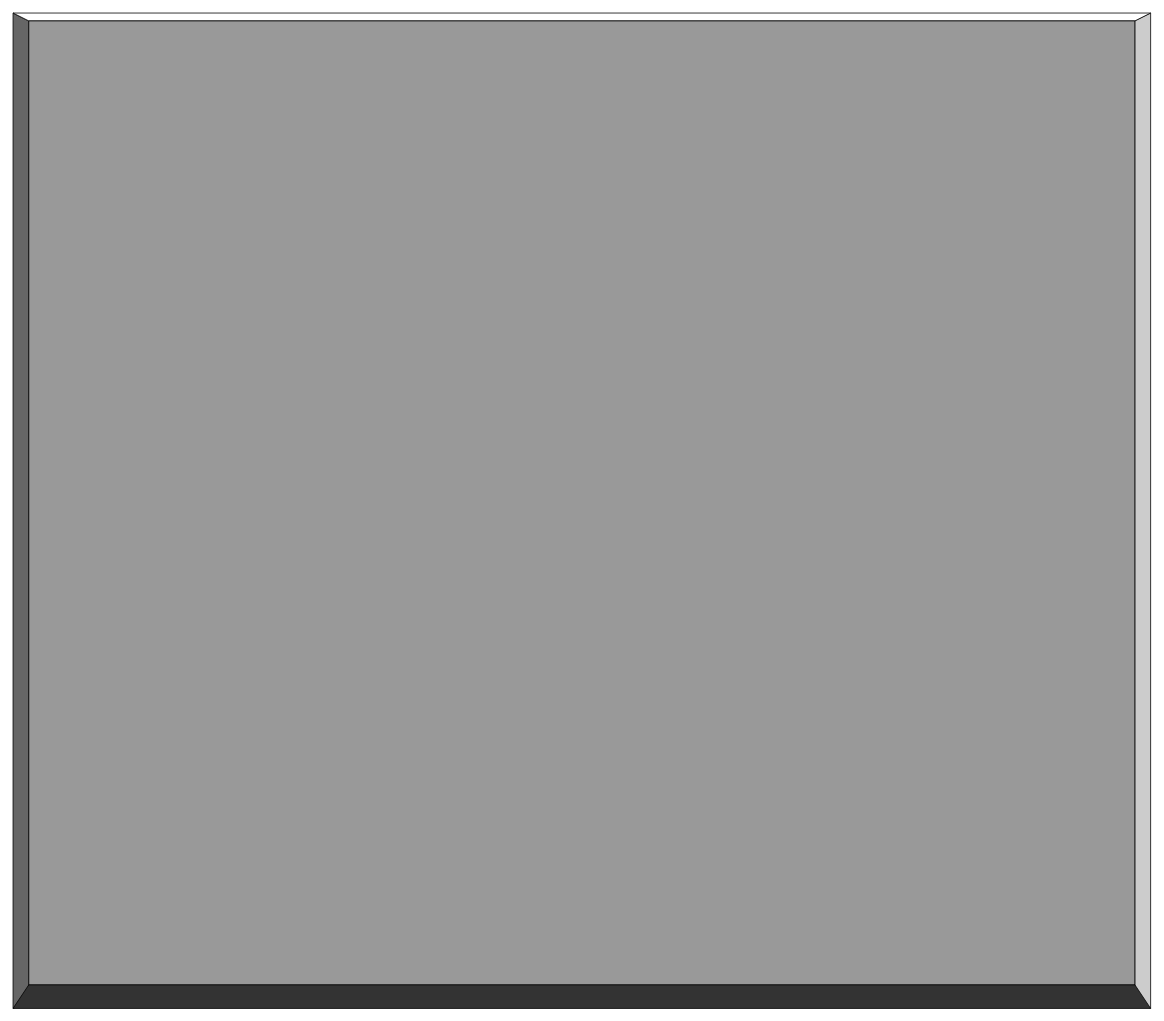
TrentHawkins/goochess keeps this draw.io diagram as graphics/board/bevel.drawio. Above is the earlier version. Source tidied: cells renumbered, new cells numbered last; positions are measured from the earlier drawing's top-left corner, leaving out a move shared by most shapes. Both pictures are drawn from the tidied source at 79%, with x=0, y=0 at pixel (-477, 13).
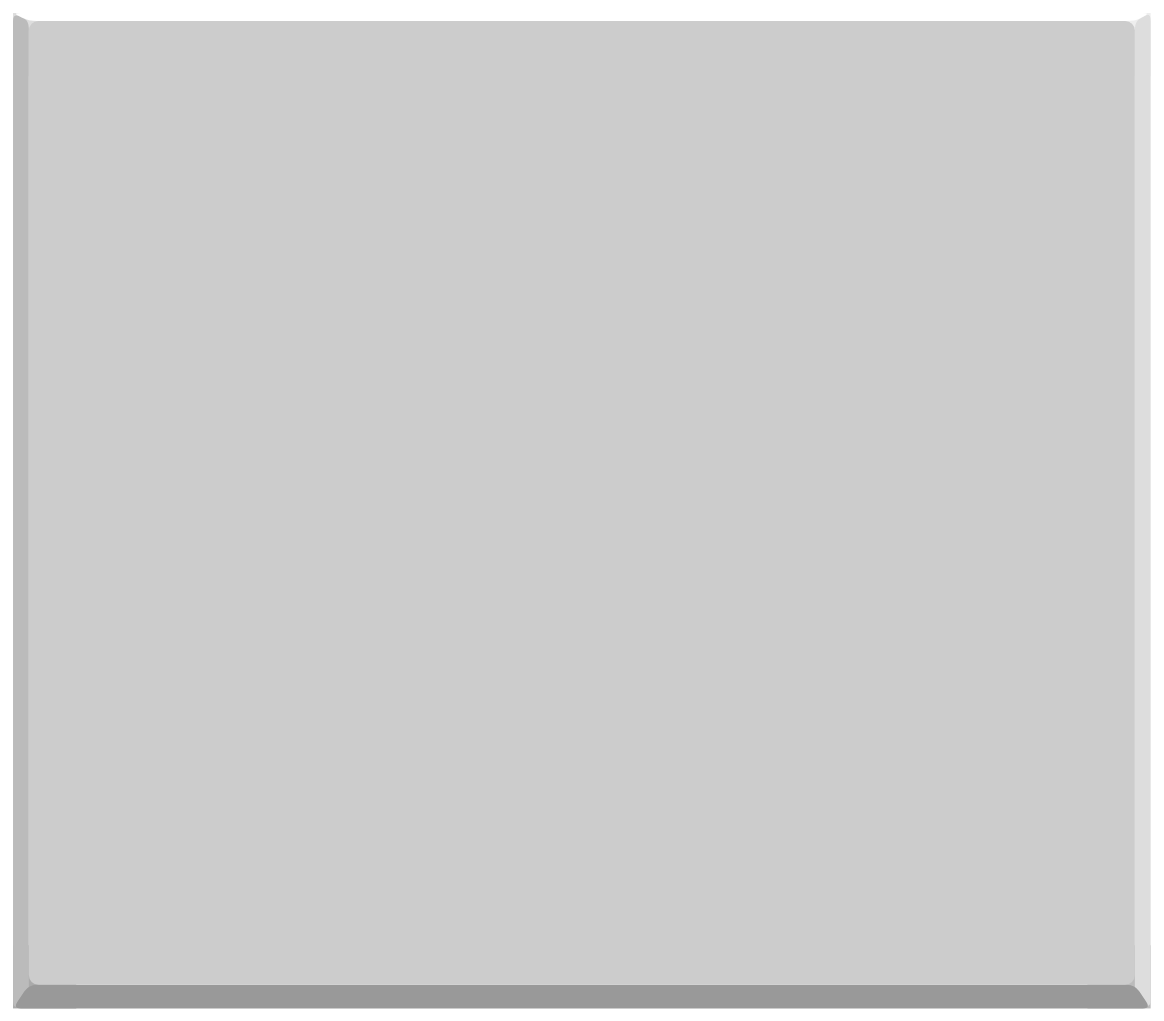
Above is the later version.

Diff of the diagram source:
```diff
@@
 <mxGraphModel>
   <root>
     <mxCell id="0" />
     <mxCell id="1" parent="0" />
+    <mxCell id="7" style="whiteSpace=wrap;html=1;fillColor=#BBBBBB;strokeColor=none;" parent="1" vertex="1">
+      <mxGeometry x="1980" y="1180" width="80" height="80" as="geometry" />
+    </mxCell>
+    <mxCell id="8" style="whiteSpace=wrap;html=1;fillColor=#EEEEEE;strokeColor=none;" parent="1" vertex="1">
+      <mxGeometry x="1980" width="80" height="80" as="geometry" />
+    </mxCell>
+    <mxCell id="9" style="whiteSpace=wrap;html=1;fillColor=#DDDDDD;strokeColor=none;" parent="1" vertex="1">
+      <mxGeometry x="620" width="80" height="80" as="geometry" />
+    </mxCell>
+    <mxCell id="10" style="whiteSpace=wrap;html=1;fillColor=#AAAAAA;strokeColor=none;" parent="1" vertex="1">
+      <mxGeometry x="620" y="1180" width="80" height="80" as="geometry" />
+    </mxCell>
-    <mxCell id="2" style="shape=trapezoid;perimeter=trapezoidPerimeter;whiteSpace=wrap;html=1;fixedSize=1;rotation=270;size=10;fillColor=#cccccc;strokeColor=default;" parent="1" vertex="1">
+    <mxCell id="2" style="shape=trapezoid;perimeter=trapezoidPerimeter;whiteSpace=wrap;html=1;fixedSize=1;rotation=270;size=10;fillColor=#DDDDDD;strokeColor=none;rounded=1;" parent="1" vertex="1">
       <mxGeometry x="1420" y="620" width="1260" height="20" as="geometry" />
     </mxCell>
-    <mxCell id="3" style="shape=trapezoid;perimeter=trapezoidPerimeter;whiteSpace=wrap;html=1;fixedSize=1;rotation=90;size=10;fillColor=#666666;strokeColor=default;" parent="1" vertex="1">
+    <mxCell id="3" style="shape=trapezoid;perimeter=trapezoidPerimeter;whiteSpace=wrap;html=1;fixedSize=1;rotation=90;size=10;fillColor=#BBBBBB;strokeColor=none;rounded=1;" parent="1" vertex="1">
       <mxGeometry y="620" width="1260" height="20" as="geometry" />
     </mxCell>
-    <mxCell id="4" style="shape=trapezoid;perimeter=trapezoidPerimeter;whiteSpace=wrap;html=1;fixedSize=1;size=20;fillColor=#333333;strokeColor=default;" parent="1" vertex="1">
+    <mxCell id="4" style="shape=trapezoid;perimeter=trapezoidPerimeter;whiteSpace=wrap;html=1;fixedSize=1;size=20;fillColor=#999999;strokeColor=none;rounded=1;" parent="1" vertex="1">
       <mxGeometry x="620" y="1230" width="1440" height="30" as="geometry" />
     </mxCell>
-    <mxCell id="5" style="shape=trapezoid;perimeter=trapezoidPerimeter;whiteSpace=wrap;html=1;fixedSize=1;rotation=-180;strokeColor=default;" parent="1" vertex="1">
+    <mxCell id="5" style="shape=trapezoid;perimeter=trapezoidPerimeter;whiteSpace=wrap;html=1;fixedSize=1;rotation=-180;strokeColor=none;rounded=1;" parent="1" vertex="1">
       <mxGeometry x="620" width="1440" height="10" as="geometry" />
     </mxCell>
-    <mxCell id="6" style="rounded=0;whiteSpace=wrap;html=1;fillColor=#999999;strokeColor=default;" parent="1" vertex="1">
+    <mxCell id="6" style="rounded=1;whiteSpace=wrap;html=1;fillColor=#CCCCCC;strokeColor=none;arcSize=1;" parent="1" vertex="1">
       <mxGeometry x="640" y="10" width="1400" height="1220" as="geometry" />
     </mxCell>
   </root>
 </mxGraphModel>
```
